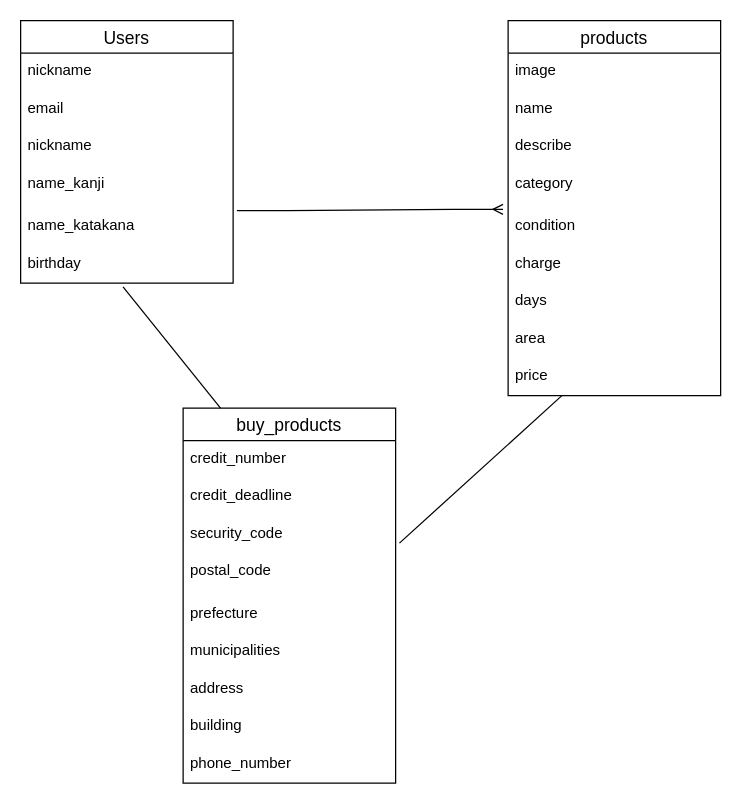
This is test.dio from danburudoa/furima-34808, a draw.io file, before an edit. Source tidied: cells renumbered, new cells numbered last; positions are measured from the earlier drawing's top-left corner, leaving out a move shared by most shapes. Both pictures are drawn from the tidied source at 125%, with x=0, y=0 at pixel (20, 20).
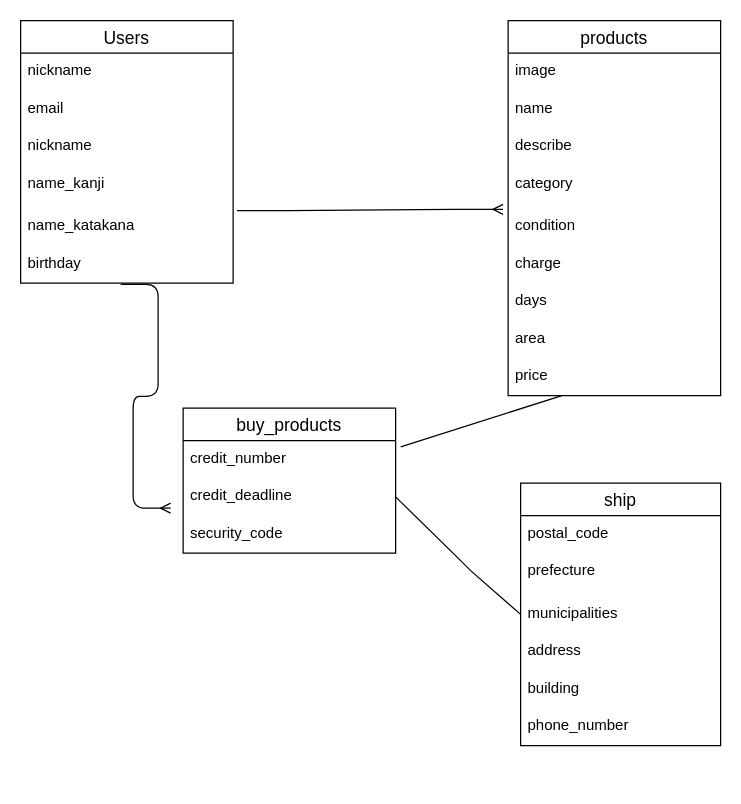
The same diagram, later.

Commit message (it also covers changes not shown here):
ER図とREADMEの修正

The change refers to these unchanged cells:
```xml
<mxCell id="2" value="Users" style="swimlane;fontStyle=0;horizontal=1;startSize=26;align=center;fontSize=14;" parent="1" vertex="1">
  <mxGeometry width="170" height="210" as="geometry" />
</mxCell>
<mxCell id="7" value="name_katakana" style="text;strokeColor=none;fillColor=none;spacingLeft=4;spacingRight=4;overflow=hidden;points=[[0,0.5],[1,0.5]];portConstraint=eastwest;fontSize=12;" parent="2" vertex="1">
  <mxGeometry y="150" width="170" height="30" as="geometry" />
</mxCell>
<mxCell id="8" value="birthday" style="text;strokeColor=none;fillColor=none;spacingLeft=4;spacingRight=4;overflow=hidden;points=[[0,0.5],[1,0.5]];portConstraint=eastwest;fontSize=12;" parent="2" vertex="1">
  <mxGeometry y="180" width="170" height="30" as="geometry" />
</mxCell>
<mxCell id="14" value="condition" style="text;strokeColor=none;fillColor=none;spacingLeft=4;spacingRight=4;overflow=hidden;points=[[0,0.5],[1,0.5]];portConstraint=eastwest;fontSize=12;" parent="9" vertex="1">
  <mxGeometry y="150" width="170" height="30" as="geometry" />
</mxCell>
<mxCell id="18" value="price" style="text;strokeColor=none;fillColor=none;spacingLeft=4;spacingRight=4;overflow=hidden;points=[[0,0.5],[1,0.5]];portConstraint=eastwest;fontSize=12;" parent="9" vertex="1">
  <mxGeometry y="270" width="170" height="30" as="geometry" />
</mxCell>
<mxCell id="20" value="credit_number" style="text;strokeColor=none;fillColor=none;spacingLeft=4;spacingRight=4;overflow=hidden;points=[[0,0.5],[1,0.5]];portConstraint=eastwest;fontSize=12;" parent="19" vertex="1">
  <mxGeometry y="26" width="170" height="30" as="geometry" />
</mxCell>
<mxCell id="21" value="credit_deadline" style="text;strokeColor=none;fillColor=none;spacingLeft=4;spacingRight=4;overflow=hidden;points=[[0,0.5],[1,0.5]];portConstraint=eastwest;fontSize=12;" parent="19" vertex="1">
  <mxGeometry y="56" width="170" height="30" as="geometry" />
</mxCell>
<mxCell id="22" value="security_code" style="text;strokeColor=none;fillColor=none;spacingLeft=4;spacingRight=4;overflow=hidden;points=[[0,0.5],[1,0.5]];portConstraint=eastwest;fontSize=12;" parent="19" vertex="1">
  <mxGeometry y="86" width="170" height="30" as="geometry" />
</mxCell>
```

What changed in the source:
```diff
@@
+    <mxCell id="32" style="edgeStyle=entityRelationEdgeStyle;fontSize=12;html=1;endArrow=ERmany;exitX=1.018;exitY=0.067;exitDx=0;exitDy=0;exitPerimeter=0;" parent="2" edge="1">
+      <mxGeometry relative="1" as="geometry">
+        <mxPoint x="80" y="211" as="sourcePoint" />
+        <mxPoint x="120" y="390" as="targetPoint" />
+      </mxGeometry>
+    </mxCell>
@@
     <mxCell id="19" value="buy_products" style="swimlane;fontStyle=0;horizontal=1;startSize=26;align=center;fontSize=14;" parent="1" vertex="1">
-      <mxGeometry x="130" y="310" width="170" height="300" as="geometry" />
+      <mxGeometry x="130" y="310" width="170" height="116" as="geometry" />
     </mxCell>
@@
+    <mxCell id="29" style="edgeStyle=entityRelationEdgeStyle;fontSize=12;html=1;endArrow=ERmany;entryX=-0.024;entryY=0.033;entryDx=0;entryDy=0;entryPerimeter=0;exitX=1.018;exitY=0.067;exitDx=0;exitDy=0;exitPerimeter=0;" parent="1" edge="1" source="7" target="14">
+      <mxGeometry relative="1" as="geometry" />
+    </mxCell>
+    <mxCell id="31" style="endArrow=none;html=1;rounded=0;exitX=0.253;exitY=1;exitDx=0;exitDy=0;exitPerimeter=0;entryX=1.024;entryY=0.167;entryDx=0;entryDy=0;entryPerimeter=0;" parent="1" edge="1" source="18" target="20">
+      <mxGeometry relative="1" as="geometry" />
+    </mxCell>
+    <mxCell id="33" value="ship" style="swimlane;fontStyle=0;horizontal=1;startSize=26;align=center;fontSize=14;" parent="1" vertex="1">
+      <mxGeometry x="400" y="370" width="160" height="210" as="geometry" />
+    </mxCell>
-    <mxCell id="23" value="postal_code" style="text;strokeColor=none;fillColor=none;spacingLeft=4;spacingRight=4;overflow=hidden;fontSize=12;" parent="19" vertex="1">
-      <mxGeometry y="116" width="170" height="34" as="geometry" />
+    <mxCell id="23" value="postal_code" style="text;strokeColor=none;fillColor=none;spacingLeft=4;spacingRight=4;overflow=hidden;fontSize=12;" parent="33" vertex="1">
+      <mxGeometry y="26" width="160" height="30" as="geometry" />
     </mxCell>
-    <mxCell id="24" value="prefecture" style="text;strokeColor=none;fillColor=none;spacingLeft=4;spacingRight=4;overflow=hidden;fontSize=12;" parent="19" vertex="1">
-      <mxGeometry y="150" width="170" height="30" as="geometry" />
+    <mxCell id="24" value="prefecture" style="text;strokeColor=none;fillColor=none;spacingLeft=4;spacingRight=4;overflow=hidden;fontSize=12;" parent="33" vertex="1">
+      <mxGeometry y="56" width="160" height="34" as="geometry" />
     </mxCell>
-    <mxCell id="25" value="municipalities" style="text;strokeColor=none;fillColor=none;spacingLeft=4;spacingRight=4;overflow=hidden;points=[[0,0.5],[1,0.5]];portConstraint=eastwest;fontSize=12;" parent="19" vertex="1">
-      <mxGeometry y="180" width="170" height="30" as="geometry" />
+    <mxCell id="25" value="municipalities" style="text;strokeColor=none;fillColor=none;spacingLeft=4;spacingRight=4;overflow=hidden;points=[[0,0.5],[1,0.5]];portConstraint=eastwest;fontSize=12;" parent="33" vertex="1">
+      <mxGeometry y="90" width="160" height="30" as="geometry" />
     </mxCell>
-    <mxCell id="26" value="address" style="text;strokeColor=none;fillColor=none;spacingLeft=4;spacingRight=4;overflow=hidden;fontSize=12;" parent="19" vertex="1">
-      <mxGeometry y="210" width="170" height="30" as="geometry" />
+    <mxCell id="26" value="address" style="text;strokeColor=none;fillColor=none;spacingLeft=4;spacingRight=4;overflow=hidden;fontSize=12;" parent="33" vertex="1">
+      <mxGeometry y="120" width="160" height="30" as="geometry" />
     </mxCell>
-    <mxCell id="27" value="building" style="text;strokeColor=none;fillColor=none;spacingLeft=4;spacingRight=4;overflow=hidden;fontSize=12;" parent="19" vertex="1">
-      <mxGeometry y="240" width="170" height="30" as="geometry" />
+    <mxCell id="27" value="building" style="text;strokeColor=none;fillColor=none;spacingLeft=4;spacingRight=4;overflow=hidden;fontSize=12;" parent="33" vertex="1">
+      <mxGeometry y="150" width="160" height="30" as="geometry" />
     </mxCell>
-    <mxCell id="28" value="phone_number" style="text;strokeColor=none;fillColor=none;spacingLeft=4;spacingRight=4;overflow=hidden;fontSize=12;" parent="19" vertex="1">
-      <mxGeometry y="270" width="170" height="30" as="geometry" />
+    <mxCell id="28" value="phone_number" style="text;strokeColor=none;fillColor=none;spacingLeft=4;spacingRight=4;overflow=hidden;fontSize=12;" parent="33" vertex="1">
+      <mxGeometry y="180" width="160" height="30" as="geometry" />
     </mxCell>
-    <mxCell id="29" style="edgeStyle=entityRelationEdgeStyle;fontSize=12;html=1;endArrow=ERmany;entryX=-0.024;entryY=0.033;entryDx=0;entryDy=0;entryPerimeter=0;exitX=1.018;exitY=0.067;exitDx=0;exitDy=0;exitPerimeter=0;" parent="1" edge="1" source="7" target="14">
-      <mxGeometry relative="1" as="geometry" />
-    </mxCell>
-    <mxCell id="30" style="endArrow=none;html=1;rounded=0;exitX=0.482;exitY=1.1;exitDx=0;exitDy=0;exitPerimeter=0;entryX=0.176;entryY=0;entryDx=0;entryDy=0;entryPerimeter=0;" parent="1" edge="1" source="8" target="19">
-      <mxGeometry relative="1" as="geometry" />
-    </mxCell>
-    <mxCell id="31" style="endArrow=none;html=1;rounded=0;exitX=0.253;exitY=1;exitDx=0;exitDy=0;exitPerimeter=0;entryX=1.018;entryY=0.733;entryDx=0;entryDy=0;entryPerimeter=0;" parent="1" edge="1" source="18" target="22">
-      <mxGeometry relative="1" as="geometry" />
-    </mxCell>
+    <mxCell id="34" style="endArrow=none;html=1;rounded=0;exitX=0;exitY=0.5;exitDx=0;exitDy=0;entryX=1;entryY=0.5;entryDx=0;entryDy=0;" parent="1" edge="1" source="25" target="21">
+      <mxGeometry relative="1" as="geometry">
+        <Array as="points">
+          <mxPoint x="360" y="440" />
+          <mxPoint x="350" y="430" />
+        </Array>
+      </mxGeometry>
+    </mxCell>
```
